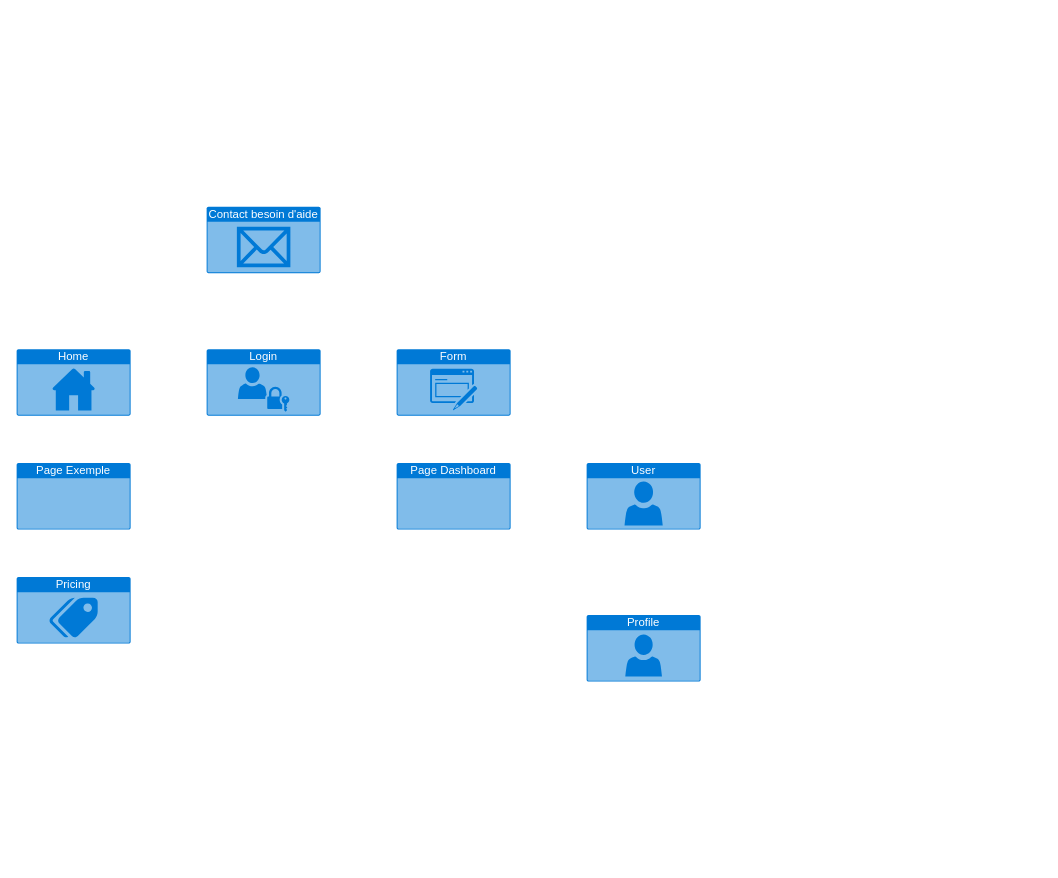
Above: Diagramme sans nom.drawio in Erik-42/OpenClassRooms_Projet_4 (draw.io), before the change. Source tidied: cells renumbered, new cells numbered last; positions are measured from the earlier drawing's top-left corner, leaving out a move shared by most shapes. Both pictures are drawn from the tidied source at 95%, with x=0, y=0 at pixel (16, 206).
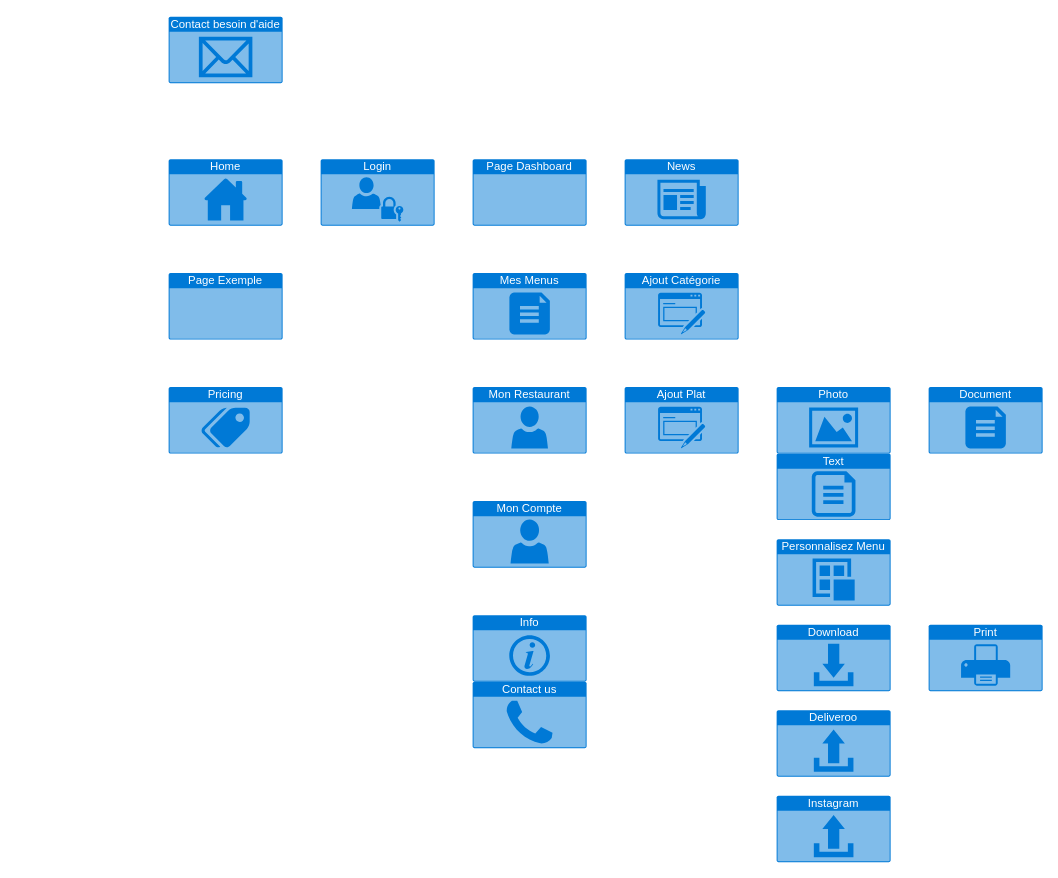
Above is the later version.

Commit message:
Mettre à jour Diagramme sans nom.drawio

Diff of the diagram source:
```diff
@@
     <mxCell id="2" value="Login" style="html=1;whiteSpace=wrap;strokeColor=none;fillColor=#0079D6;labelPosition=center;verticalLabelPosition=middle;verticalAlign=top;align=center;fontSize=12;spacingTop=-6;fontColor=#FFFFFF;sketch=0;shape=mxgraph.sitemap.login;" parent="1" vertex="1">
-      <mxGeometry x="200" y="150" width="120" height="70" as="geometry" />
+      <mxGeometry x="320" y="-50" width="120" height="70" as="geometry" />
     </mxCell>
     <mxCell id="3" value="Page Exemple" style="html=1;whiteSpace=wrap;strokeColor=none;fillColor=#0079D6;labelPosition=center;verticalLabelPosition=middle;verticalAlign=top;align=center;fontSize=12;spacingTop=-6;fontColor=#FFFFFF;sketch=0;shape=mxgraph.sitemap.page;" parent="1" vertex="1">
-      <mxGeometry y="270" width="120" height="70" as="geometry" />
+      <mxGeometry x="160" y="70" width="120" height="70" as="geometry" />
     </mxCell>
     <mxCell id="4" value="Home" style="html=1;whiteSpace=wrap;strokeColor=none;fillColor=#0079D6;labelPosition=center;verticalLabelPosition=middle;verticalAlign=top;align=center;fontSize=12;spacingTop=-6;fontColor=#FFFFFF;sketch=0;shape=mxgraph.sitemap.home;" parent="1" vertex="1">
-      <mxGeometry y="150" width="120" height="70" as="geometry" />
+      <mxGeometry x="160" y="-50" width="120" height="70" as="geometry" />
     </mxCell>
-    <mxCell id="5" value="Form" style="html=1;whiteSpace=wrap;strokeColor=none;fillColor=#0079D6;labelPosition=center;verticalLabelPosition=middle;verticalAlign=top;align=center;fontSize=12;spacingTop=-6;fontColor=#FFFFFF;sketch=0;shape=mxgraph.sitemap.form;" parent="1" vertex="1">
-      <mxGeometry x="400" y="150" width="120" height="70" as="geometry" />
-    </mxCell>
     <mxCell id="6" value="Contact besoin d'aide" style="html=1;whiteSpace=wrap;strokeColor=none;fillColor=#0079D6;labelPosition=center;verticalLabelPosition=middle;verticalAlign=top;align=center;fontSize=12;spacingTop=-6;fontColor=#FFFFFF;sketch=0;shape=mxgraph.sitemap.mail;" parent="1" vertex="1">
-      <mxGeometry x="200" width="120" height="70" as="geometry" />
+      <mxGeometry x="160" y="-200" width="120" height="70" as="geometry" />
     </mxCell>
     <mxCell id="7" value="Page Dashboard" style="html=1;whiteSpace=wrap;strokeColor=none;fillColor=#0079D6;labelPosition=center;verticalLabelPosition=middle;verticalAlign=top;align=center;fontSize=12;spacingTop=-6;fontColor=#FFFFFF;sketch=0;shape=mxgraph.sitemap.page;" parent="1" vertex="1">
-      <mxGeometry x="400" y="270" width="120" height="70" as="geometry" />
+      <mxGeometry x="480" y="-50" width="120" height="70" as="geometry" />
     </mxCell>
-    <mxCell id="8" value="User" style="html=1;whiteSpace=wrap;strokeColor=none;fillColor=#0079D6;labelPosition=center;verticalLabelPosition=middle;verticalAlign=top;align=center;fontSize=12;spacingTop=-6;fontColor=#FFFFFF;sketch=0;shape=mxgraph.sitemap.user;" parent="1" vertex="1">
-      <mxGeometry x="600" y="270" width="120" height="70" as="geometry" />
-    </mxCell>
-    <mxCell id="9" value="Profile" style="html=1;whiteSpace=wrap;strokeColor=none;fillColor=#0079D6;labelPosition=center;verticalLabelPosition=middle;verticalAlign=top;align=center;fontSize=12;spacingTop=-6;fontColor=#FFFFFF;sketch=0;shape=mxgraph.sitemap.profile;" parent="1" vertex="1">
-      <mxGeometry x="600" y="430" width="120" height="70" as="geometry" />
+    <mxCell id="9" value="Mon Restaurant" style="html=1;whiteSpace=wrap;strokeColor=none;fillColor=#0079D6;labelPosition=center;verticalLabelPosition=middle;verticalAlign=top;align=center;fontSize=12;spacingTop=-6;fontColor=#FFFFFF;sketch=0;shape=mxgraph.sitemap.profile;" parent="1" vertex="1">
+      <mxGeometry x="480" y="190" width="120" height="70" as="geometry" />
     </mxCell>
     <mxCell id="10" value="Pricing" style="html=1;whiteSpace=wrap;strokeColor=none;fillColor=#0079D6;labelPosition=center;verticalLabelPosition=middle;verticalAlign=top;align=center;fontSize=12;spacingTop=-6;fontColor=#FFFFFF;sketch=0;shape=mxgraph.sitemap.pricing;" parent="1" vertex="1">
-      <mxGeometry y="390" width="120" height="70" as="geometry" />
+      <mxGeometry x="160" y="190" width="120" height="70" as="geometry" />
     </mxCell>
+    <mxCell id="11" value="Mon Compte" style="html=1;whiteSpace=wrap;strokeColor=none;fillColor=#0079D6;labelPosition=center;verticalLabelPosition=middle;verticalAlign=top;align=center;fontSize=12;spacingTop=-6;fontColor=#FFFFFF;sketch=0;shape=mxgraph.sitemap.user;" parent="1" vertex="1">
+      <mxGeometry x="480" y="310" width="120" height="70" as="geometry" />
+    </mxCell>
+    <mxCell id="12" value="Mes Menus" style="html=1;whiteSpace=wrap;strokeColor=none;fillColor=#0079D6;labelPosition=center;verticalLabelPosition=middle;verticalAlign=top;align=center;fontSize=12;spacingTop=-6;fontColor=#FFFFFF;sketch=0;shape=mxgraph.sitemap.document;" parent="1" vertex="1">
+      <mxGeometry x="480" y="70" width="120" height="70" as="geometry" />
+    </mxCell>
+    <mxCell id="13" value="Ajout Catégorie" style="html=1;whiteSpace=wrap;strokeColor=none;fillColor=#0079D6;labelPosition=center;verticalLabelPosition=middle;verticalAlign=top;align=center;fontSize=12;spacingTop=-6;fontColor=#FFFFFF;sketch=0;shape=mxgraph.sitemap.form;" parent="1" vertex="1">
+      <mxGeometry x="640" y="70" width="120" height="70" as="geometry" />
+    </mxCell>
+    <mxCell id="14" value="Ajout Plat" style="html=1;whiteSpace=wrap;strokeColor=none;fillColor=#0079D6;labelPosition=center;verticalLabelPosition=middle;verticalAlign=top;align=center;fontSize=12;spacingTop=-6;fontColor=#FFFFFF;sketch=0;shape=mxgraph.sitemap.form;" parent="1" vertex="1">
+      <mxGeometry x="640" y="190" width="120" height="70" as="geometry" />
+    </mxCell>
+    <mxCell id="15" value="Info" style="html=1;whiteSpace=wrap;strokeColor=none;fillColor=#0079D6;labelPosition=center;verticalLabelPosition=middle;verticalAlign=top;align=center;fontSize=12;spacingTop=-6;fontColor=#FFFFFF;sketch=0;shape=mxgraph.sitemap.info;" parent="1" vertex="1">
+      <mxGeometry x="480" y="430" width="120" height="70" as="geometry" />
+    </mxCell>
+    <mxCell id="16" value="Photo" style="html=1;whiteSpace=wrap;strokeColor=none;fillColor=#0079D6;labelPosition=center;verticalLabelPosition=middle;verticalAlign=top;align=center;fontSize=12;spacingTop=-6;fontColor=#FFFFFF;sketch=0;shape=mxgraph.sitemap.photo;" parent="1" vertex="1">
+      <mxGeometry x="800" y="190" width="120" height="70" as="geometry" />
+    </mxCell>
+    <mxCell id="17" value="Text" style="html=1;whiteSpace=wrap;strokeColor=none;fillColor=#0079D6;labelPosition=center;verticalLabelPosition=middle;verticalAlign=top;align=center;fontSize=12;spacingTop=-6;fontColor=#FFFFFF;sketch=0;shape=mxgraph.sitemap.text;" parent="1" vertex="1">
+      <mxGeometry x="800" y="260" width="120" height="70" as="geometry" />
+    </mxCell>
+    <mxCell id="18" value="Document" style="html=1;whiteSpace=wrap;strokeColor=none;fillColor=#0079D6;labelPosition=center;verticalLabelPosition=middle;verticalAlign=top;align=center;fontSize=12;spacingTop=-6;fontColor=#FFFFFF;sketch=0;shape=mxgraph.sitemap.document;" parent="1" vertex="1">
+      <mxGeometry x="960" y="190" width="120" height="70" as="geometry" />
+    </mxCell>
+    <mxCell id="19" value="Contact us" style="html=1;whiteSpace=wrap;strokeColor=none;fillColor=#0079D6;labelPosition=center;verticalLabelPosition=middle;verticalAlign=top;align=center;fontSize=12;spacingTop=-6;fontColor=#FFFFFF;sketch=0;shape=mxgraph.sitemap.contact_us;" parent="1" vertex="1">
+      <mxGeometry x="480" y="500" width="120" height="70" as="geometry" />
+    </mxCell>
+    <mxCell id="20" value="Personnalisez Menu" style="html=1;whiteSpace=wrap;strokeColor=none;fillColor=#0079D6;labelPosition=center;verticalLabelPosition=middle;verticalAlign=top;align=center;fontSize=12;spacingTop=-6;fontColor=#FFFFFF;sketch=0;shape=mxgraph.sitemap.post;" parent="1" vertex="1">
+      <mxGeometry x="800" y="350" width="120" height="70" as="geometry" />
+    </mxCell>
+    <mxCell id="21" value="Print" style="html=1;whiteSpace=wrap;strokeColor=none;fillColor=#0079D6;labelPosition=center;verticalLabelPosition=middle;verticalAlign=top;align=center;fontSize=12;spacingTop=-6;fontColor=#FFFFFF;sketch=0;shape=mxgraph.sitemap.print;" parent="1" vertex="1">
+      <mxGeometry x="960" y="440" width="120" height="70" as="geometry" />
+    </mxCell>
+    <mxCell id="22" value="Download" style="html=1;whiteSpace=wrap;strokeColor=none;fillColor=#0079D6;labelPosition=center;verticalLabelPosition=middle;verticalAlign=top;align=center;fontSize=12;spacingTop=-6;fontColor=#FFFFFF;sketch=0;shape=mxgraph.sitemap.download;" parent="1" vertex="1">
+      <mxGeometry x="800" y="440" width="120" height="70" as="geometry" />
+    </mxCell>
+    <mxCell id="23" value="Deliveroo" style="html=1;whiteSpace=wrap;strokeColor=none;fillColor=#0079D6;labelPosition=center;verticalLabelPosition=middle;verticalAlign=top;align=center;fontSize=12;spacingTop=-6;fontColor=#FFFFFF;sketch=0;shape=mxgraph.sitemap.upload;" parent="1" vertex="1">
+      <mxGeometry x="800" y="530" width="120" height="70" as="geometry" />
+    </mxCell>
+    <mxCell id="24" value="Instagram" style="html=1;whiteSpace=wrap;strokeColor=none;fillColor=#0079D6;labelPosition=center;verticalLabelPosition=middle;verticalAlign=top;align=center;fontSize=12;spacingTop=-6;fontColor=#FFFFFF;sketch=0;shape=mxgraph.sitemap.upload;" parent="1" vertex="1">
+      <mxGeometry x="800" y="620" width="120" height="70" as="geometry" />
+    </mxCell>
+    <mxCell id="25" value="News" style="html=1;whiteSpace=wrap;strokeColor=none;fillColor=#0079D6;labelPosition=center;verticalLabelPosition=middle;verticalAlign=top;align=center;fontSize=12;spacingTop=-6;fontColor=#FFFFFF;sketch=0;shape=mxgraph.sitemap.news;" parent="1" vertex="1">
+      <mxGeometry x="640" y="-50" width="120" height="70" as="geometry" />
+    </mxCell>
```
